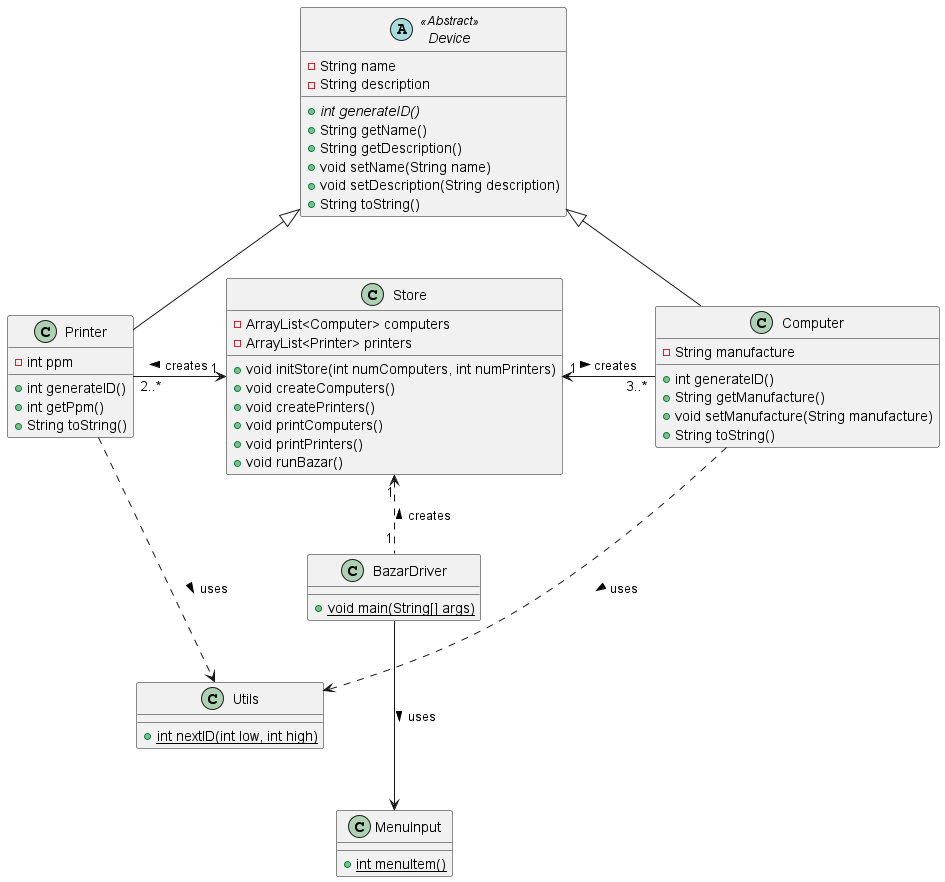
jenul-ferdinand/digital-bazaar keeps this PlantUML diagram as Docs/UML Diagram.png. Above is the earlier version.
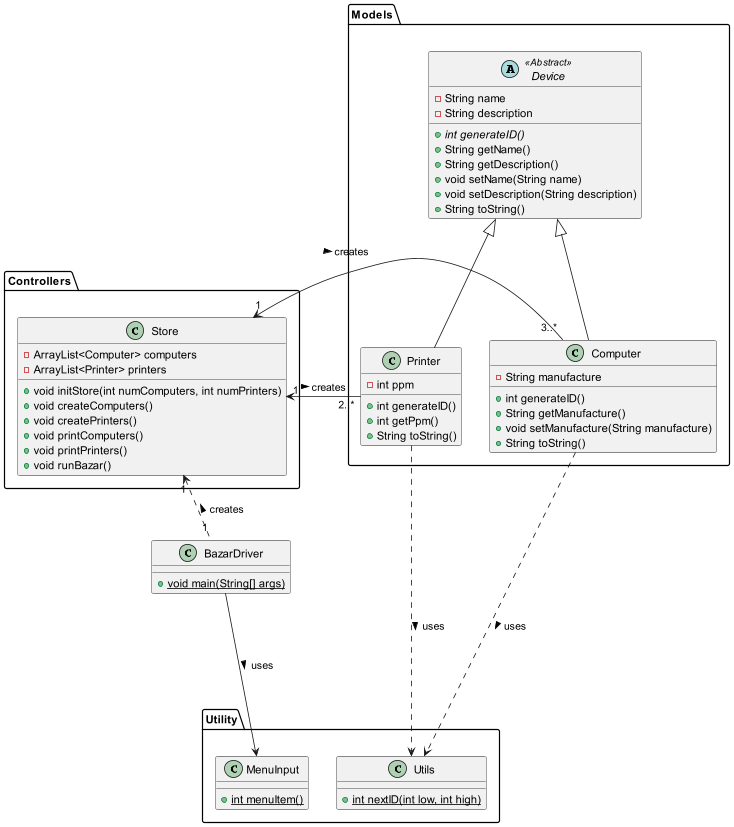
The same diagram one commit later.

Commit message:
Updated UML Diagram, added packages for the existing classes

What changed in the source:
```diff
@@ -1,53 +1,62 @@
 @startuml
+
 
 class BazarDriver {
     + {static} void main(String[] args)
 }
 
-class Store {
-    - ArrayList<Computer> computers
-    - ArrayList<Printer> printers
-    + void initStore(int numComputers, int numPrinters)
-    + void createComputers()
-    + void createPrinters()
-    + void printComputers()
-    + void printPrinters()
-    + void runBazar()
+package Controllers {
+    class Store {
+        - ArrayList<Computer> computers
+        - ArrayList<Printer> printers
+        + void initStore(int numComputers, int numPrinters)
+        + void createComputers()
+        + void createPrinters()
+        + void printComputers()
+        + void printPrinters()
+        + void runBazar()
+    }
 }
 
-class Printer {
-    - int ppm
-    + int generateID()
-    + int getPpm()
-    + String toString()
+package Models {
+
+    class Printer {
+        - int ppm
+        + int generateID()
+        + int getPpm()
+        + String toString()
+    }
+
+    class Computer {
+        - String manufacture
+        + int generateID()
+        + String getManufacture()
+        + void setManufacture(String manufacture)
+        + String toString()
+    }
+
+    abstract class Device <<Abstract>> {
+        - String name
+        - String description
+        + {abstract} int generateID()
+        + String getName()
+        + String getDescription()
+        + void setName(String name)
+        + void setDescription(String description)
+        + String toString()
+    }
 }
 
-class Computer {
-    - String manufacture
-    + int generateID()
-    + String getManufacture()
-    + void setManufacture(String manufacture)
-    + String toString()
+package Utility {
+    class MenuInput {
+        + {static} int menuItem()
+    }
+
+    class Utils {
+        + {static} int nextID(int low, int high)
+    }
 }
 
-abstract class Device <<Abstract>> {
-    - String name
-    - String description
-    + {abstract} int generateID()
-    + String getName()
-    + String getDescription()
-    + void setName(String name)
-    + void setDescription(String description)
-    + String toString()
-}
-
-class MenuInput {
-    + {static} int menuItem()
-}
-
-class Utils {
-    + {static} int nextID(int low, int high)
-}
 
 Printer -u-|> Device
 Computer -u-|> Device
```
